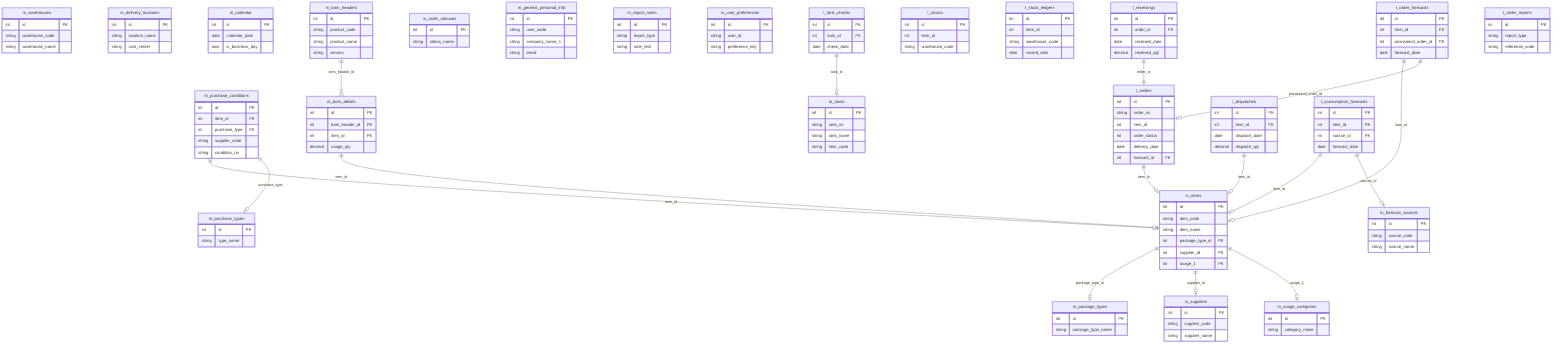
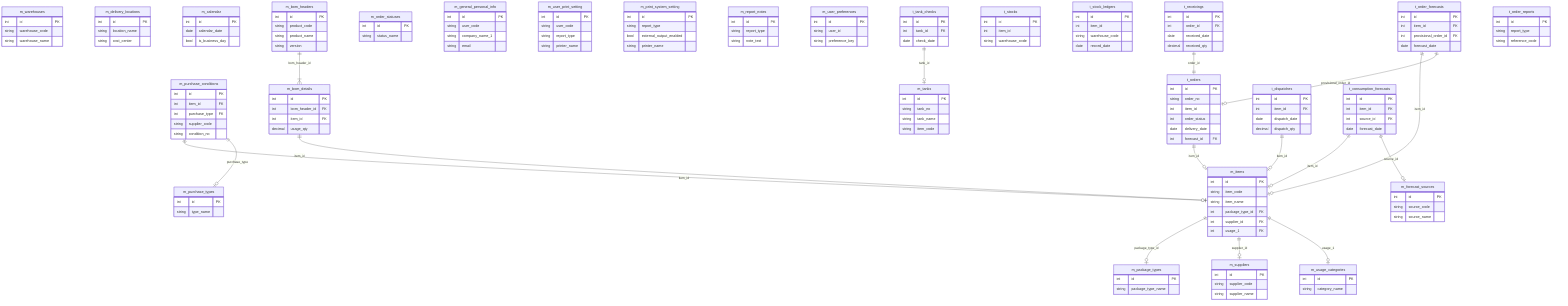
erDiagram
    m_items {
        int id PK
        string item_code
        string item_name
        int package_type_id FK
        int supplier_id FK
        int usage_1 FK
    }

    m_suppliers {
        int id PK
        string supplier_code
        string supplier_name
    }

    m_purchase_conditions {
        int id PK
        int item_id FK
        int purchase_type FK
        string supplier_code
        string condition_no
    }

    m_warehouses {
        int id PK
        string warehouse_code
        string warehouse_name
    }

    m_tanks {
        int id PK
        string tank_no
        string tank_name
        string item_code
    }

    m_delivery_locations {
        int id PK
        string location_name
        string cost_center
    }

    m_calendar {
        int id PK
        date calendar_date
        bool is_business_day
    }

    m_bom_headers {
        int id PK
        string product_code
        string product_name
        string version
    }

    m_bom_details {
        int id PK
        int bom_header_id FK
        int item_id FK
        decimal usage_qty
    }

    m_package_types {
        int id PK
        string package_type_name
    }

    m_purchase_types {
        int id PK
        string type_name
    }

    m_order_statuses {
        int id PK
        string status_name
    }

    m_forecast_sources {
        int id PK
        string source_code
        string source_name
    }

    m_usage_categories {
        int id PK
        string category_name
    }

    m_general_personal_info {
        int id PK
        string user_code
        string company_name_1
        string email
    }

+     m_user_print_setting {
+         int id PK
+         string user_code
+         string report_type
+         string printer_name
+     }
+ 
+     m_print_system_setting {
+         int id PK
+         string report_type
+         bool external_output_enabled
+         string printer_name
+     }
+ 
    m_report_notes {
        int id PK
        string report_type
        string note_text
    }

    m_user_preferences {
        int id PK
        string user_id
        string preference_key
    }

    t_orders {
        int id PK
        string order_no
        int item_id
        int order_status
        date delivery_date
        int forecast_id FK
    }

    t_receivings {
        int id PK
        int order_id FK
        date received_date
        decimal received_qty
    }

    t_dispatches {
        int id PK
        int item_id FK
        date dispatch_date
        decimal dispatch_qty
    }

    t_stocks {
        int id PK
        int item_id
        string warehouse_code
    }

    t_stock_ledgers {
        int id PK
        int item_id
        string warehouse_code
        date record_date
    }

    t_order_forecasts {
        int id PK
        int item_id FK
        int provisional_order_id FK
        date forecast_date
    }

    t_consumption_forecasts {
        int id PK
        int item_id FK
        int source_id FK
        date forecast_date
    }

    t_tank_checks {
        int id PK
        int tank_id FK
        date check_date
    }

    t_order_reports {
        int id PK
        string report_type
        string reference_code
    }

    m_items ||--o| m_package_types : "package_type_id"
    m_items ||--o| m_suppliers : "supplier_id"
    m_items ||--o| m_usage_categories : "usage_1"
    m_purchase_conditions ||--o| m_items : "item_id"
    m_purchase_conditions ||--o| m_purchase_types : "purchase_type"
    m_bom_headers ||--|{ m_bom_details : "bom_header_id"
    m_bom_details ||--o| m_items : "item_id"
    t_orders ||--o| m_items : "item_id"
    t_receivings ||--|| t_orders : "order_id"
    t_dispatches ||--o| m_items : "item_id"
    t_order_forecasts ||--o| m_items : "item_id"
    t_order_forecasts ||--o| t_orders : "provisional_order_id"
    t_consumption_forecasts ||--o| m_items : "item_id"
    t_consumption_forecasts ||--o| m_forecast_sources : "source_id"
    t_tank_checks ||--o| m_tanks : "tank_id"
